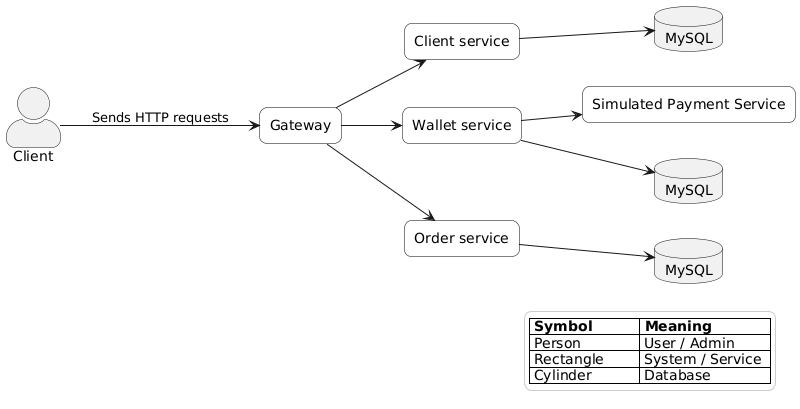
The PlantUML diagram documentation/phase3/images/context.png in William-Lavoie/BrokerX, before a commit.
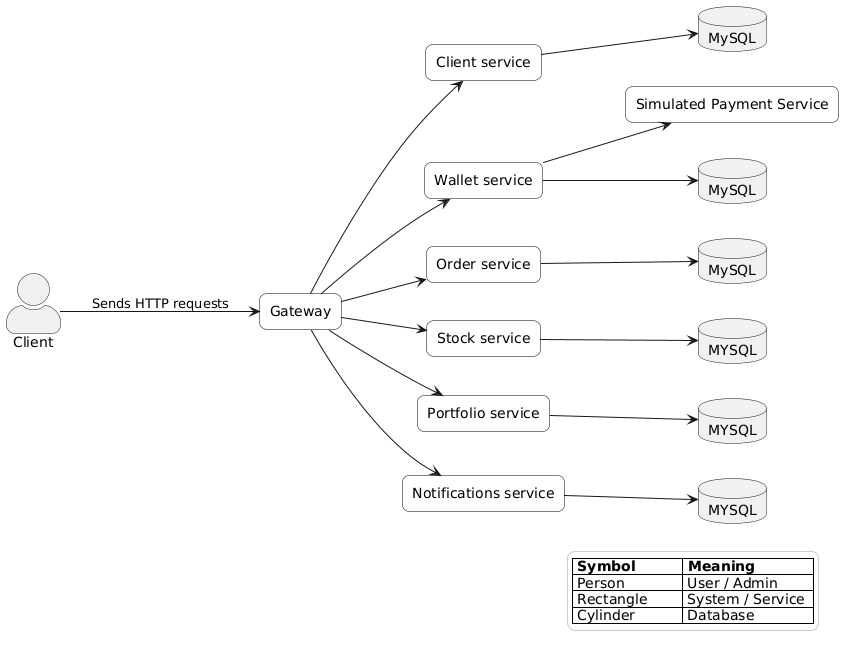
After the commit.

Change to the diagram source:
```diff
@@ -14,21 +14,33 @@
 rectangle "Client service" as CS
 rectangle "Wallet service" as WS
 rectangle "Order service" as OS
+rectangle "Stock service" as SS
+rectangle "Portfolio service" as PS
+rectangle "Notifications service" as NS
 rectangle "Gateway" as G
 rectangle "Simulated Payment Service" as SPS
 database "MySQL" as DBC
 database "MySQL" as DBW
 database "MySQL" as DBO
+database "MYSQL" as DBS
+database "MYSQL" as DBP
+database "MYSQL" as DBN
 
 
 Client --> G : Sends HTTP requests
 G --> CS
 G --> WS
 G --> OS
+G --> SS
+G --> PS
+G --> NS
 WS --> SPS
 WS --> DBW
 CS --> DBC
 OS --> DBO
+SS --> DBS
+PS --> DBP
+NS --> DBN
 
 legend right
   |= Symbol |= Meaning           |
```
